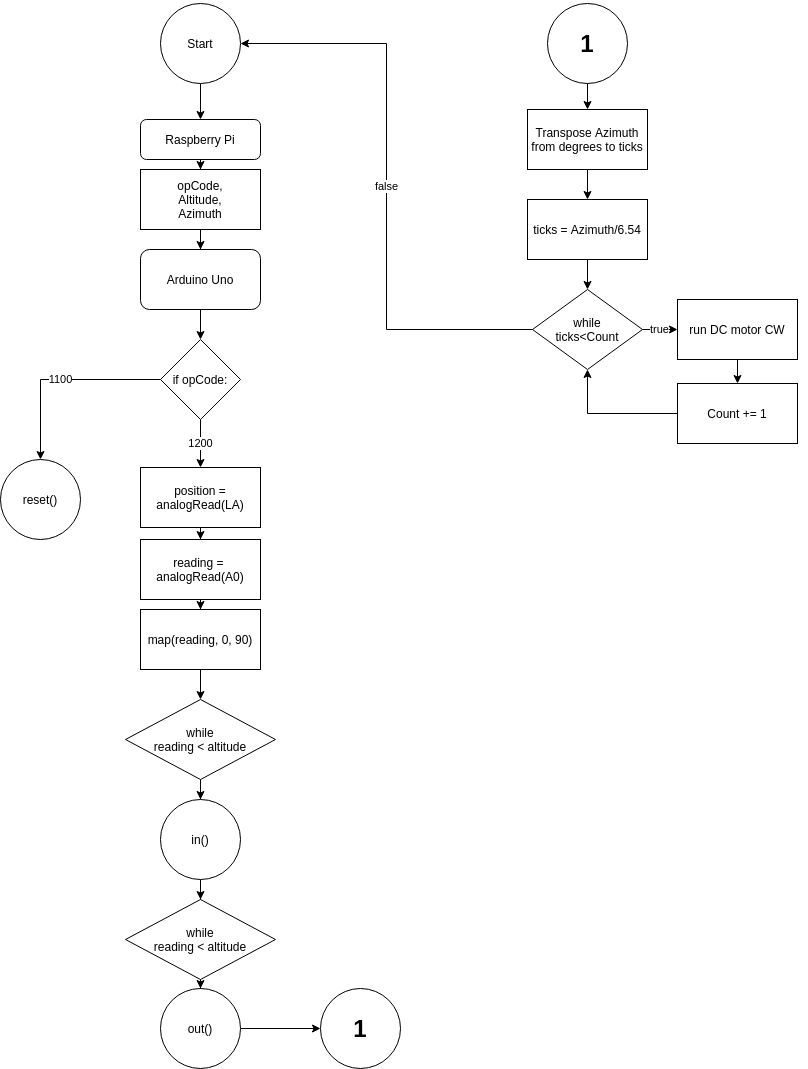
Above: web/img/generalFlowLight.png in SolarChargingStation/SolarChargingStation.github.io (draw.io), before the change. Source tidied: cells renumbered, new cells last; positions are measured from the earlier drawing's top-left corner, leaving out a move shared by most shapes.
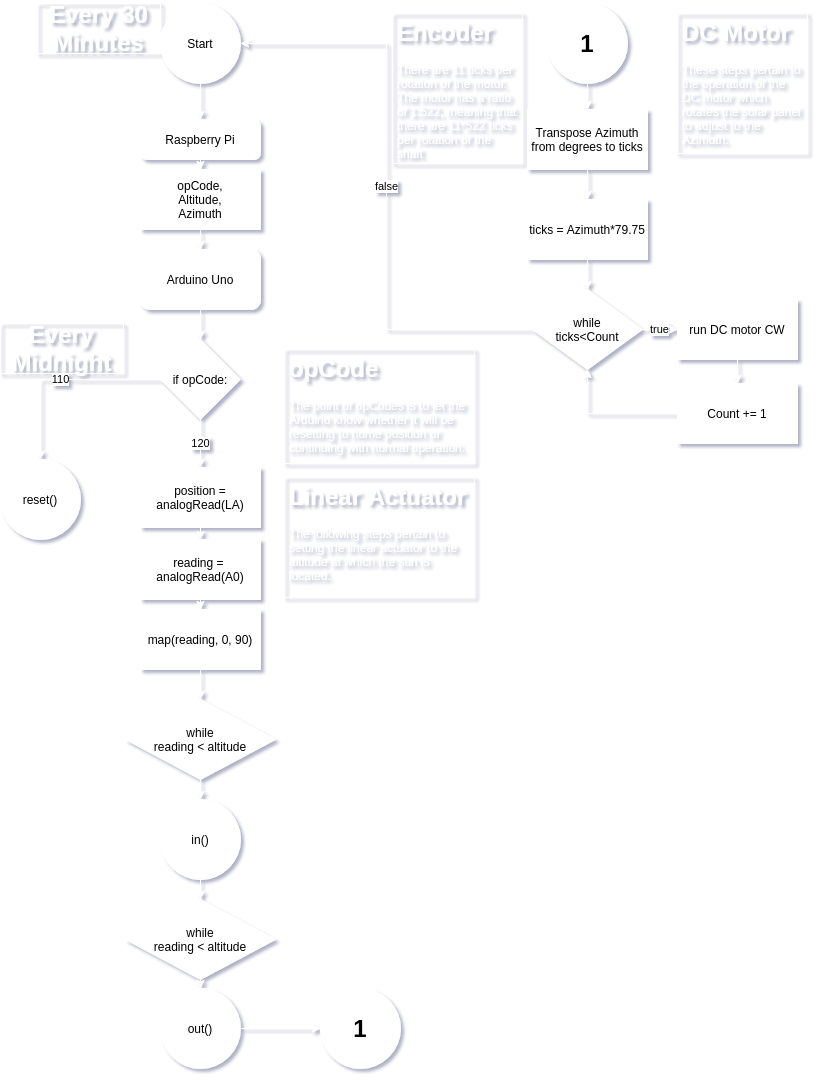
Later version of the same file.

The edit, as a diff of the source:
```diff
@@ -1,143 +1,146 @@
-<mxGraphModel>
+<mxGraphModel shadow="1">
   <root>
     <mxCell id="0" />
     <mxCell id="1" parent="0" />
-    <mxCell id="2" style="edgeStyle=orthogonalEdgeStyle;rounded=0;jettySize=auto;html=1;" parent="1" edge="1" source="3" target="5">
+    <mxCell id="2" style="edgeStyle=orthogonalEdgeStyle;rounded=0;jettySize=auto;html=1;strokeColor=#FFFFFF;" parent="1" edge="1" source="3" target="5">
       <mxGeometry relative="1" as="geometry" />
     </mxCell>
-    <mxCell id="3" value="Raspberry Pi" style="rounded=1;whiteSpace=wrap;html=1;fontSize=12;glass=0;strokeWidth=1;shadow=0;" parent="1" vertex="1">
+    <mxCell id="3" value="Raspberry Pi" style="rounded=1;whiteSpace=wrap;html=1;fontSize=12;glass=0;strokeWidth=1;shadow=0;strokeColor=#FFFFFF;" parent="1" vertex="1">
       <mxGeometry x="140" y="116" width="120" height="40" as="geometry" />
     </mxCell>
-    <mxCell id="4" style="edgeStyle=orthogonalEdgeStyle;rounded=0;jettySize=auto;html=1;" parent="1" edge="1" source="5" target="7">
+    <mxCell id="4" style="edgeStyle=orthogonalEdgeStyle;rounded=0;jettySize=auto;html=1;strokeColor=#FFFFFF;" parent="1" edge="1" source="5" target="7">
       <mxGeometry relative="1" as="geometry" />
     </mxCell>
-    <mxCell id="5" value="opCode,&lt;br&gt;Altitude,&lt;br&gt;Azimuth" style="rounded=0;whiteSpace=wrap;html=1;" parent="1" vertex="1">
+    <mxCell id="5" value="opCode,&lt;br&gt;Altitude,&lt;br&gt;Azimuth" style="rounded=0;whiteSpace=wrap;html=1;strokeColor=#FFFFFF;" parent="1" vertex="1">
       <mxGeometry x="140" y="166" width="120" height="60" as="geometry" />
     </mxCell>
-    <mxCell id="6" style="edgeStyle=orthogonalEdgeStyle;rounded=0;jettySize=auto;html=1;" parent="1" edge="1" source="7" target="10">
+    <mxCell id="6" style="edgeStyle=orthogonalEdgeStyle;rounded=0;jettySize=auto;html=1;strokeColor=#FFFFFF;" parent="1" edge="1" source="7" target="10">
       <mxGeometry relative="1" as="geometry" />
     </mxCell>
-    <mxCell id="7" value="Arduino Uno" style="rounded=1;whiteSpace=wrap;html=1;" parent="1" vertex="1">
+    <mxCell id="7" value="Arduino Uno" style="rounded=1;whiteSpace=wrap;html=1;strokeColor=#FFFFFF;" parent="1" vertex="1">
       <mxGeometry x="140" y="246" width="120" height="60" as="geometry" />
     </mxCell>
-    <mxCell id="8" value="1100" style="edgeStyle=orthogonalEdgeStyle;rounded=0;jettySize=auto;html=1;exitX=0;exitY=0.5;exitDx=0;exitDy=0;entryX=0.5;entryY=0;entryDx=0;entryDy=0;" parent="1" edge="1" source="10">
+    <mxCell id="8" value="110" style="edgeStyle=orthogonalEdgeStyle;rounded=0;jettySize=auto;html=1;exitX=0;exitY=0.5;exitDx=0;exitDy=0;entryX=0.5;entryY=0;entryDx=0;entryDy=0;strokeColor=#FFFFFF;" parent="1" edge="1" source="10">
       <mxGeometry relative="1" as="geometry">
         <mxPoint x="40" y="456" as="targetPoint" />
       </mxGeometry>
     </mxCell>
-    <mxCell id="9" value="1200" style="edgeStyle=orthogonalEdgeStyle;rounded=0;jettySize=auto;html=1;" parent="1" edge="1" source="10" target="12">
+    <mxCell id="9" value="120" style="edgeStyle=orthogonalEdgeStyle;rounded=0;jettySize=auto;html=1;strokeColor=#FFFFFF;" parent="1" edge="1" source="10" target="12">
       <mxGeometry relative="1" as="geometry" />
     </mxCell>
-    <mxCell id="10" value="if opCode:" style="rhombus;whiteSpace=wrap;html=1;" parent="1" vertex="1">
+    <mxCell id="10" value="if opCode:" style="rhombus;whiteSpace=wrap;html=1;strokeColor=#FFFFFF;" parent="1" vertex="1">
       <mxGeometry x="160" y="336" width="80" height="80" as="geometry" />
     </mxCell>
-    <mxCell id="11" style="edgeStyle=orthogonalEdgeStyle;rounded=0;jettySize=auto;html=1;" parent="1" edge="1" source="12" target="14">
+    <mxCell id="11" style="edgeStyle=orthogonalEdgeStyle;rounded=0;jettySize=auto;html=1;strokeColor=#FFFFFF;" parent="1" edge="1" source="12" target="14">
       <mxGeometry relative="1" as="geometry" />
     </mxCell>
-    <mxCell id="12" value="position = analogRead(LA)" style="rounded=0;whiteSpace=wrap;html=1;" parent="1" vertex="1">
+    <mxCell id="12" value="position = analogRead(LA)" style="rounded=0;whiteSpace=wrap;html=1;strokeColor=#FFFFFF;" parent="1" vertex="1">
       <mxGeometry x="140" y="464" width="120" height="60" as="geometry" />
     </mxCell>
-    <mxCell id="13" style="edgeStyle=orthogonalEdgeStyle;rounded=0;jettySize=auto;html=1;" parent="1" edge="1" source="14" target="16">
+    <mxCell id="13" style="edgeStyle=orthogonalEdgeStyle;rounded=0;jettySize=auto;html=1;strokeColor=#FFFFFF;" parent="1" edge="1" source="14" target="16">
       <mxGeometry relative="1" as="geometry" />
     </mxCell>
-    <mxCell id="14" value="reading =&amp;nbsp;&lt;br&gt;analogRead(A0)" style="rounded=0;whiteSpace=wrap;html=1;" parent="1" vertex="1">
+    <mxCell id="14" value="reading =&amp;nbsp;&lt;br&gt;analogRead(A0)" style="rounded=0;whiteSpace=wrap;html=1;strokeColor=#FFFFFF;" parent="1" vertex="1">
       <mxGeometry x="140" y="536" width="120" height="60" as="geometry" />
     </mxCell>
-    <mxCell id="15" style="edgeStyle=orthogonalEdgeStyle;rounded=0;jettySize=auto;html=1;" parent="1" edge="1" source="16" target="18">
+    <mxCell id="15" style="edgeStyle=orthogonalEdgeStyle;rounded=0;jettySize=auto;html=1;strokeColor=#FFFFFF;" parent="1" edge="1" source="16" target="18">
       <mxGeometry relative="1" as="geometry" />
     </mxCell>
-    <mxCell id="16" value="map(reading, 0, 90)" style="rounded=0;whiteSpace=wrap;html=1;" parent="1" vertex="1">
+    <mxCell id="16" value="map(reading, 0, 90)" style="rounded=0;whiteSpace=wrap;html=1;strokeColor=#FFFFFF;" parent="1" vertex="1">
       <mxGeometry x="140" y="606" width="120" height="60" as="geometry" />
     </mxCell>
-    <mxCell id="17" style="edgeStyle=orthogonalEdgeStyle;rounded=0;jettySize=auto;html=1;" parent="1" edge="1" source="18" target="20">
+    <mxCell id="17" style="edgeStyle=orthogonalEdgeStyle;rounded=0;jettySize=auto;html=1;strokeColor=#FFFFFF;" parent="1" edge="1" source="18" target="20">
       <mxGeometry relative="1" as="geometry" />
     </mxCell>
-    <mxCell id="18" value="while&lt;br&gt;reading &amp;lt; altitude" style="rhombus;whiteSpace=wrap;html=1;" parent="1" vertex="1">
+    <mxCell id="18" value="while&lt;br&gt;reading &amp;lt; altitude" style="rhombus;whiteSpace=wrap;html=1;strokeColor=#FFFFFF;" parent="1" vertex="1">
       <mxGeometry x="125" y="696" width="150" height="80" as="geometry" />
     </mxCell>
-    <mxCell id="19" style="edgeStyle=orthogonalEdgeStyle;rounded=0;jettySize=auto;html=1;" parent="1" edge="1" source="20" target="22">
+    <mxCell id="19" style="edgeStyle=orthogonalEdgeStyle;rounded=0;jettySize=auto;html=1;strokeColor=#FFFFFF;" parent="1" edge="1" source="20" target="22">
       <mxGeometry relative="1" as="geometry" />
     </mxCell>
-    <mxCell id="20" value="in()" style="ellipse;whiteSpace=wrap;html=1;" parent="1" vertex="1">
+    <mxCell id="20" value="in()" style="ellipse;whiteSpace=wrap;html=1;strokeColor=#FFFFFF;" parent="1" vertex="1">
       <mxGeometry x="160" y="796" width="80" height="80" as="geometry" />
     </mxCell>
-    <mxCell id="21" style="edgeStyle=orthogonalEdgeStyle;rounded=0;jettySize=auto;html=1;" parent="1" edge="1" source="22" target="24">
+    <mxCell id="21" style="edgeStyle=orthogonalEdgeStyle;rounded=0;jettySize=auto;html=1;strokeColor=#FFFFFF;" parent="1" edge="1" source="22" target="24">
       <mxGeometry relative="1" as="geometry" />
     </mxCell>
-    <mxCell id="22" value="while&lt;br&gt;reading &amp;lt; altitude" style="rhombus;whiteSpace=wrap;html=1;" parent="1" vertex="1">
+    <mxCell id="22" value="while&lt;br&gt;reading &amp;lt; altitude" style="rhombus;whiteSpace=wrap;html=1;strokeColor=#FFFFFF;" parent="1" vertex="1">
       <mxGeometry x="125" y="896" width="150" height="80" as="geometry" />
     </mxCell>
-    <mxCell id="23" style="edgeStyle=orthogonalEdgeStyle;rounded=0;jettySize=auto;html=1;" parent="1" edge="1" source="24" target="25">
+    <mxCell id="23" style="edgeStyle=orthogonalEdgeStyle;rounded=0;jettySize=auto;html=1;strokeColor=#FFFFFF;" parent="1" edge="1" source="24" target="25">
       <mxGeometry relative="1" as="geometry" />
     </mxCell>
-    <mxCell id="24" value="out()" style="ellipse;whiteSpace=wrap;html=1;" parent="1" vertex="1">
+    <mxCell id="24" value="out()" style="ellipse;whiteSpace=wrap;html=1;strokeColor=#FFFFFF;" parent="1" vertex="1">
       <mxGeometry x="160" y="985" width="80" height="80" as="geometry" />
     </mxCell>
-    <mxCell id="25" value="&lt;font style=&quot;font-size: 24px&quot;&gt;&lt;b&gt;1&lt;/b&gt;&lt;/font&gt;" style="ellipse;whiteSpace=wrap;html=1;" parent="1" vertex="1">
+    <mxCell id="25" value="&lt;font style=&quot;font-size: 24px&quot;&gt;&lt;b&gt;1&lt;/b&gt;&lt;/font&gt;" style="ellipse;whiteSpace=wrap;html=1;strokeColor=#FFFFFF;" parent="1" vertex="1">
       <mxGeometry x="320" y="985" width="80" height="80" as="geometry" />
     </mxCell>
-    <mxCell id="26" value="reset()" style="ellipse;whiteSpace=wrap;html=1;" parent="1" vertex="1">
+    <mxCell id="26" value="reset()" style="ellipse;whiteSpace=wrap;html=1;strokeColor=#FFFFFF;" parent="1" vertex="1">
       <mxGeometry y="456" width="80" height="80" as="geometry" />
     </mxCell>
-    <mxCell id="27" value="&lt;h1&gt;opCode&lt;/h1&gt;&lt;p&gt;The point of opCodes is to let the Arduino know whether it will be resetting to home position or continuing with normal operation.&lt;/p&gt;" style="text;html=1;strokeColor=none;fillColor=none;spacing=5;spacingTop=-20;whiteSpace=wrap;overflow=hidden;rounded=0;fontColor=#FFFFFF;" parent="1" vertex="1">
-      <mxGeometry x="284" y="346" width="190" height="120" as="geometry" />
+    <mxCell id="27" value="&lt;h1&gt;opCode&lt;/h1&gt;&lt;p&gt;The point of opCodes is to let the Arduino know whether it will be resetting to home position or continuing with normal operation.&lt;/p&gt;" style="text;html=1;strokeColor=#FFFFFF;fillColor=none;spacing=5;spacingTop=-20;whiteSpace=wrap;overflow=hidden;rounded=0;fontColor=#FFFFFF;" parent="1" vertex="1">
+      <mxGeometry x="284" y="346" width="190" height="114" as="geometry" />
     </mxCell>
-    <mxCell id="28" value="&lt;h1&gt;Linear Actuator&lt;/h1&gt;&lt;p&gt;The following steps pertain to setting the linear actuator to the altitude at which the sun is located.&lt;/p&gt;" style="text;html=1;strokeColor=none;fillColor=none;spacing=5;spacingTop=-20;whiteSpace=wrap;overflow=hidden;rounded=0;fontColor=#FFFFFF;" parent="1" vertex="1">
-      <mxGeometry x="284" y="456" width="190" height="120" as="geometry" />
+    <mxCell id="28" value="&lt;h1&gt;Linear Actuator&lt;/h1&gt;&lt;p&gt;The following steps pertain to setting the linear actuator to the altitude at which the sun is located.&lt;/p&gt;" style="text;html=1;strokeColor=#FFFFFF;fillColor=none;spacing=5;spacingTop=-20;whiteSpace=wrap;overflow=hidden;rounded=0;fontColor=#FFFFFF;" parent="1" vertex="1">
+      <mxGeometry x="284" y="474" width="190" height="120" as="geometry" />
     </mxCell>
-    <mxCell id="29" style="edgeStyle=orthogonalEdgeStyle;rounded=0;jettySize=auto;html=1;exitX=0.5;exitY=1;exitDx=0;exitDy=0;entryX=0.5;entryY=0;entryDx=0;entryDy=0;" parent="1" edge="1" source="30" target="3">
+    <mxCell id="29" style="edgeStyle=orthogonalEdgeStyle;rounded=0;jettySize=auto;html=1;exitX=0.5;exitY=1;exitDx=0;exitDy=0;entryX=0.5;entryY=0;entryDx=0;entryDy=0;strokeColor=#FFFFFF;" parent="1" edge="1" source="30" target="3">
       <mxGeometry relative="1" as="geometry" />
     </mxCell>
-    <mxCell id="30" value="Start" style="ellipse;whiteSpace=wrap;html=1;" parent="1" vertex="1">
+    <mxCell id="30" value="Start" style="ellipse;whiteSpace=wrap;html=1;strokeColor=#FFFFFF;" parent="1" vertex="1">
       <mxGeometry x="160" width="80" height="80" as="geometry" />
     </mxCell>
-    <mxCell id="31" style="edgeStyle=orthogonalEdgeStyle;rounded=0;jettySize=auto;html=1;" parent="1" edge="1" source="32" target="34">
+    <mxCell id="31" style="edgeStyle=orthogonalEdgeStyle;rounded=0;jettySize=auto;html=1;strokeColor=#FFFFFF;" parent="1" edge="1" source="32" target="34">
       <mxGeometry relative="1" as="geometry" />
     </mxCell>
-    <mxCell id="32" value="&lt;font style=&quot;font-size: 24px&quot;&gt;&lt;b&gt;1&lt;/b&gt;&lt;/font&gt;" style="ellipse;whiteSpace=wrap;html=1;" parent="1" vertex="1">
+    <mxCell id="32" value="&lt;font style=&quot;font-size: 24px&quot;&gt;&lt;b&gt;1&lt;/b&gt;&lt;/font&gt;" style="ellipse;whiteSpace=wrap;html=1;strokeColor=#FFFFFF;" parent="1" vertex="1">
       <mxGeometry x="547" width="80" height="80" as="geometry" />
     </mxCell>
-    <mxCell id="33" style="edgeStyle=orthogonalEdgeStyle;rounded=0;jettySize=auto;html=1;" parent="1" edge="1" source="34" target="36">
+    <mxCell id="33" style="edgeStyle=orthogonalEdgeStyle;rounded=0;jettySize=auto;html=1;strokeColor=#FFFFFF;" parent="1" edge="1" source="34" target="36">
       <mxGeometry relative="1" as="geometry" />
     </mxCell>
-    <mxCell id="34" value="Transpose Azimuth from degrees to ticks" style="rounded=0;whiteSpace=wrap;html=1;" parent="1" vertex="1">
+    <mxCell id="34" value="Transpose Azimuth from degrees to ticks" style="rounded=0;whiteSpace=wrap;html=1;strokeColor=#FFFFFF;" parent="1" vertex="1">
       <mxGeometry x="527" y="106" width="120" height="60" as="geometry" />
     </mxCell>
-    <mxCell id="35" style="edgeStyle=orthogonalEdgeStyle;rounded=0;jettySize=auto;html=1;" parent="1" edge="1" source="36" target="39">
+    <mxCell id="35" style="edgeStyle=orthogonalEdgeStyle;rounded=0;jettySize=auto;html=1;strokeColor=#FFFFFF;" parent="1" edge="1" source="36" target="39">
       <mxGeometry relative="1" as="geometry" />
     </mxCell>
-    <mxCell id="36" value="ticks = Azimuth/6.54" style="rounded=0;whiteSpace=wrap;html=1;" parent="1" vertex="1">
+    <mxCell id="36" value="ticks = Azimuth*79.75" style="rounded=0;whiteSpace=wrap;html=1;strokeColor=#FFFFFF;" parent="1" vertex="1">
       <mxGeometry x="527" y="196" width="120" height="60" as="geometry" />
     </mxCell>
-    <mxCell id="37" value="true" style="edgeStyle=orthogonalEdgeStyle;rounded=0;jettySize=auto;html=1;" parent="1" edge="1" source="39" target="41">
+    <mxCell id="37" value="true" style="edgeStyle=orthogonalEdgeStyle;rounded=0;jettySize=auto;html=1;strokeColor=#FFFFFF;" parent="1" edge="1" source="39" target="41">
       <mxGeometry relative="1" as="geometry" />
     </mxCell>
-    <mxCell id="38" value="false" style="edgeStyle=orthogonalEdgeStyle;rounded=0;jettySize=auto;html=1;exitX=0;exitY=0.5;exitDx=0;exitDy=0;entryX=1;entryY=0.5;entryDx=0;entryDy=0;" parent="1" edge="1" source="39" target="30">
+    <mxCell id="38" value="false" style="edgeStyle=orthogonalEdgeStyle;rounded=0;jettySize=auto;html=1;exitX=0;exitY=0.5;exitDx=0;exitDy=0;entryX=1;entryY=0.5;entryDx=0;entryDy=0;strokeColor=#FFFFFF;" parent="1" edge="1" source="39" target="30">
       <mxGeometry relative="1" as="geometry" />
     </mxCell>
-    <mxCell id="39" value="while&lt;br&gt;ticks&amp;lt;Count" style="rhombus;whiteSpace=wrap;html=1;" parent="1" vertex="1">
+    <mxCell id="39" value="while&lt;br&gt;ticks&amp;lt;Count" style="rhombus;whiteSpace=wrap;html=1;strokeColor=#FFFFFF;" parent="1" vertex="1">
       <mxGeometry x="532" y="286" width="110" height="80" as="geometry" />
     </mxCell>
-    <mxCell id="40" style="edgeStyle=orthogonalEdgeStyle;rounded=0;jettySize=auto;html=1;" parent="1" edge="1" source="41" target="43">
+    <mxCell id="40" style="edgeStyle=orthogonalEdgeStyle;rounded=0;jettySize=auto;html=1;strokeColor=#FFFFFF;" parent="1" edge="1" source="41" target="43">
       <mxGeometry relative="1" as="geometry" />
     </mxCell>
-    <mxCell id="41" value="run DC motor CW" style="rounded=0;whiteSpace=wrap;html=1;" parent="1" vertex="1">
+    <mxCell id="41" value="run DC motor CW" style="rounded=0;whiteSpace=wrap;html=1;strokeColor=#FFFFFF;" parent="1" vertex="1">
       <mxGeometry x="677" y="296" width="120" height="60" as="geometry" />
     </mxCell>
-    <mxCell id="42" style="edgeStyle=orthogonalEdgeStyle;rounded=0;jettySize=auto;html=1;exitX=0;exitY=0.5;exitDx=0;exitDy=0;entryX=0.5;entryY=1;entryDx=0;entryDy=0;" parent="1" edge="1" source="43" target="39">
+    <mxCell id="42" style="edgeStyle=orthogonalEdgeStyle;rounded=0;jettySize=auto;html=1;exitX=0;exitY=0.5;exitDx=0;exitDy=0;entryX=0.5;entryY=1;entryDx=0;entryDy=0;strokeColor=#FFFFFF;" parent="1" edge="1" source="43" target="39">
       <mxGeometry relative="1" as="geometry" />
     </mxCell>
-    <mxCell id="43" value="Count += 1" style="rounded=0;whiteSpace=wrap;html=1;" parent="1" vertex="1">
+    <mxCell id="43" value="Count += 1" style="rounded=0;whiteSpace=wrap;html=1;strokeColor=#FFFFFF;" parent="1" vertex="1">
       <mxGeometry x="677" y="380" width="120" height="60" as="geometry" />
     </mxCell>
-    <mxCell id="44" value="&lt;font style=&quot;font-size: 24px&quot;&gt;&lt;b&gt;Every 30 Minutes&lt;/b&gt;&lt;/font&gt;" style="text;html=1;align=center;verticalAlign=middle;whiteSpace=wrap;rounded=0;fontColor=#FFFFFF;" parent="1" vertex="1">
+    <mxCell id="44" value="&lt;font style=&quot;font-size: 24px&quot;&gt;&lt;b&gt;Every 30 Minutes&lt;/b&gt;&lt;/font&gt;" style="text;html=1;align=center;verticalAlign=middle;whiteSpace=wrap;rounded=0;fontColor=#FFFFFF;strokeColor=#FFFFFF;" parent="1" vertex="1">
       <mxGeometry x="37" width="123" height="50" as="geometry" />
     </mxCell>
-    <mxCell id="45" value="&lt;font style=&quot;font-size: 24px&quot;&gt;&lt;b&gt;Every Midnight&lt;/b&gt;&lt;/font&gt;" style="text;html=1;strokeColor=none;fillColor=none;align=center;verticalAlign=middle;whiteSpace=wrap;rounded=0;fontColor=#FFFFFF;" parent="1" vertex="1">
+    <mxCell id="45" value="&lt;font style=&quot;font-size: 24px&quot;&gt;&lt;b&gt;Every Midnight&lt;/b&gt;&lt;/font&gt;" style="text;html=1;strokeColor=#FFFFFF;fillColor=none;align=center;verticalAlign=middle;whiteSpace=wrap;rounded=0;fontColor=#FFFFFF;" parent="1" vertex="1">
       <mxGeometry y="320" width="123" height="50" as="geometry" />
     </mxCell>
-    <mxCell id="46" value="&lt;h1&gt;DC Motor&lt;/h1&gt;&lt;p&gt;These steps pertain to the operation of the DC motor which rotates the solar panel to adjust to the Azimuth.&lt;/p&gt;" style="text;html=1;strokeColor=none;fillColor=none;spacing=5;spacingTop=-20;whiteSpace=wrap;overflow=hidden;rounded=0;fontColor=#FFFFFF;" parent="1" vertex="1">
+    <mxCell id="46" value="&lt;h1&gt;DC Motor&lt;/h1&gt;&lt;p&gt;These steps pertain to the operation of the DC motor which rotates the solar panel to adjust to the Azimuth.&lt;/p&gt;" style="text;html=1;strokeColor=#FFFFFF;fillColor=none;spacing=5;spacingTop=-20;whiteSpace=wrap;overflow=hidden;rounded=0;fontColor=#FFFFFF;" parent="1" vertex="1">
       <mxGeometry x="677" y="10" width="130" height="140" as="geometry" />
     </mxCell>
+    <mxCell id="47" value="&lt;h1&gt;Encoder&lt;/h1&gt;&lt;p&gt;There are 11 ticks per rotation of the motor. The motor has a ratio of 1:522, meaning that there are 11*522 ticks per rotation of the shaft&lt;/p&gt;" style="text;html=1;strokeColor=#FFFFFF;fillColor=none;spacing=5;spacingTop=-20;whiteSpace=wrap;overflow=hidden;rounded=0;fontColor=#FFFFFF;" parent="1" vertex="1">
+      <mxGeometry x="392" y="10" width="130" height="150" as="geometry" />
+    </mxCell>
   </root>
 </mxGraphModel>
```
